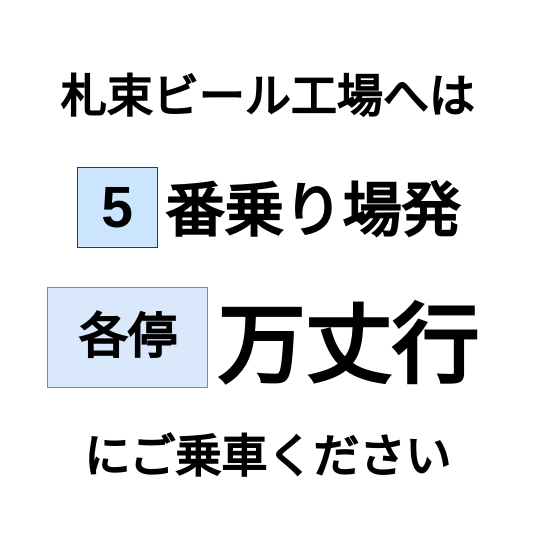
The draw.io diagram page "札束ビール" (5 of 16) of houbutu/放物.drawio in chainsawsteel1/drawio-files, before the edit. Source tidied: cells renumbered, new cells numbered last; positions are measured from the earlier drawing's top-left corner, leaving out a move shared by most shapes. Both pictures are drawn from the tidied source at 100%, with x=0, y=0 at pixel (17, 17).
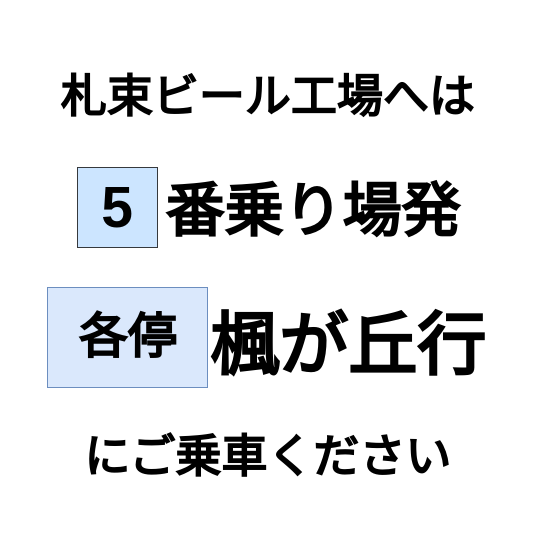
The same page after the edit.

What changed in the source:
```diff
@@
 <mxGraphModel>
   <root>
     <mxCell id="0" />
     <mxCell id="1" parent="0" />
     <mxCell id="2" value="&lt;b style=&quot;font-size: 46px;&quot;&gt;札束ビール工場へは&lt;br&gt;&lt;/b&gt;" style="text;html=1;align=center;verticalAlign=middle;whiteSpace=wrap;rounded=0;" parent="1" vertex="1">
       <mxGeometry y="20" width="500" height="120" as="geometry" />
     </mxCell>
     <mxCell id="3" value="&lt;div align=&quot;left&quot;&gt;&lt;font size=&quot;1&quot;&gt;&lt;b style=&quot;font-size: 57px;&quot;&gt;5&lt;/b&gt;&lt;/font&gt;&lt;br&gt;&lt;/div&gt;" style="rounded=0;whiteSpace=wrap;html=1;fillColor=#cce5ff;strokeColor=#36393d;" parent="1" vertex="1">
       <mxGeometry x="60" y="150" width="80" height="80" as="geometry" />
     </mxCell>
     <mxCell id="4" value="&lt;b style=&quot;font-size: 59px;&quot;&gt;番乗り場発&lt;br&gt;&lt;/b&gt;" style="text;html=1;align=center;verticalAlign=middle;whiteSpace=wrap;rounded=0;" parent="1" vertex="1">
       <mxGeometry x="140" y="160" width="310" height="70" as="geometry" />
     </mxCell>
-    <mxCell id="5" value="&lt;b&gt;&lt;font style=&quot;font-size: 87px;&quot;&gt;万丈行&lt;/font&gt;&lt;/b&gt;" style="text;html=1;align=center;verticalAlign=middle;whiteSpace=wrap;rounded=0;" parent="1" vertex="1">
+    <mxCell id="5" value="&lt;font size=&quot;1&quot;&gt;&lt;b&gt;&lt;font style=&quot;font-size: 69px;&quot;&gt;楓が丘行&lt;/font&gt;&lt;/b&gt;&lt;/font&gt;" style="text;html=1;align=center;verticalAlign=middle;whiteSpace=wrap;rounded=0;" parent="1" vertex="1">
       <mxGeometry x="190" y="270" width="280" height="120" as="geometry" />
     </mxCell>
     <mxCell id="6" value="&lt;b style=&quot;font-size: 49px;&quot;&gt;各停&lt;br&gt;&lt;/b&gt;" style="rounded=0;whiteSpace=wrap;html=1;fillColor=#dae8fc;strokeColor=#6c8ebf;" parent="1" vertex="1">
       <mxGeometry x="30" y="270" width="160" height="100" as="geometry" />
     </mxCell>
     <mxCell id="7" value="&lt;font size=&quot;1&quot;&gt;&lt;b&gt;&lt;font style=&quot;font-size: 46px;&quot;&gt;にご乗車ください&lt;/font&gt;&lt;/b&gt;&lt;/font&gt;" style="text;html=1;align=center;verticalAlign=middle;whiteSpace=wrap;rounded=0;" parent="1" vertex="1">
       <mxGeometry x="30" y="400" width="440" height="80" as="geometry" />
     </mxCell>
     <mxCell id="8" value="　" style="text;html=1;align=center;verticalAlign=middle;whiteSpace=wrap;rounded=0;" parent="1" vertex="1">
       <mxGeometry y="10" width="500" height="20" as="geometry" />
     </mxCell>
     <mxCell id="9" value="　" style="text;html=1;align=center;verticalAlign=middle;whiteSpace=wrap;rounded=0;" parent="1" vertex="1">
       <mxGeometry width="500" height="20" as="geometry" />
     </mxCell>
     <mxCell id="10" value="　" style="text;html=1;align=center;verticalAlign=middle;whiteSpace=wrap;rounded=0;" parent="1" vertex="1">
       <mxGeometry y="480" width="500" height="20" as="geometry" />
     </mxCell>
   </root>
 </mxGraphModel>
```
